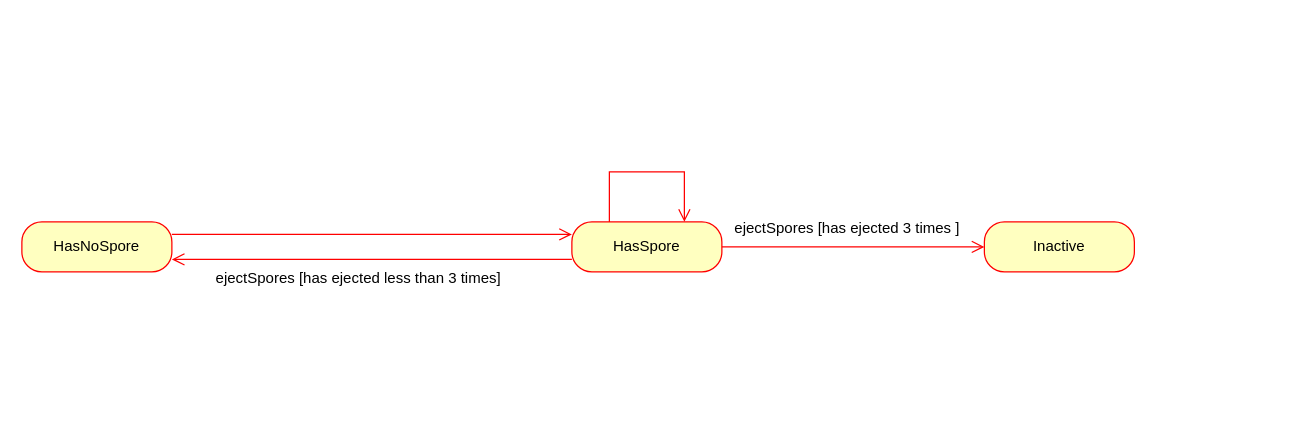
Earlier version of the draw.io diagram page "MushroomBody" (2 of 2) of StateChartok.drawio (koharzsombor/bandITs). Source tidied: cells renumbered, new cells numbered last; positions are measured from the earlier drawing's top-left corner, leaving out a move shared by most shapes. Both pictures are drawn from the tidied source at 125%, with x=0, y=0 at pixel (21, 171).
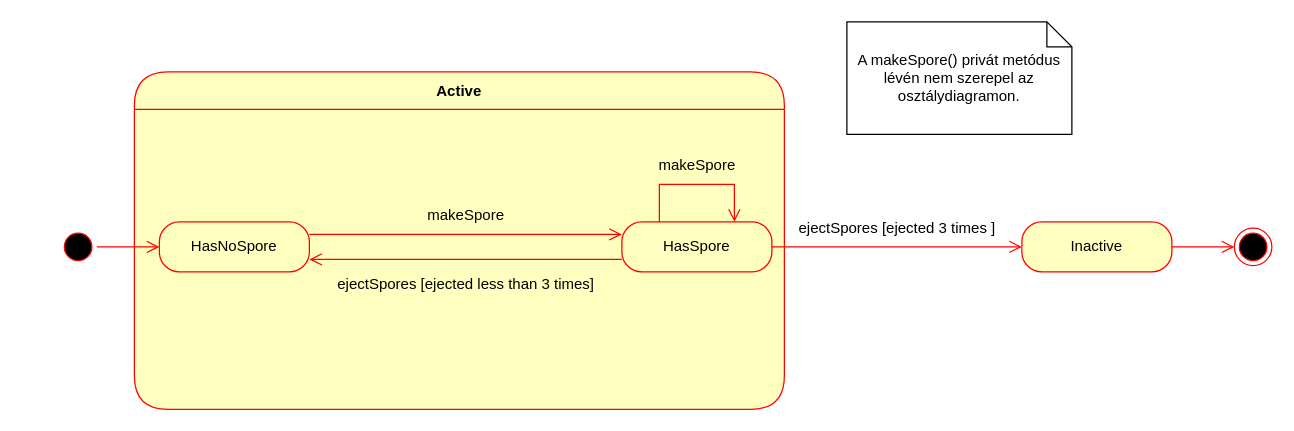
Above is the later version.

Diff of the diagram source:
```diff
@@
+    <mxCell id="7" value="Inactive" style="rounded=1;whiteSpace=wrap;html=1;arcSize=40;fontColor=#000000;fillColor=#ffffc0;strokeColor=#ff0000;" parent="1" vertex="1">
+      <mxGeometry x="800" y="40" width="120" height="40" as="geometry" />
+    </mxCell>
+    <mxCell id="11" value="A makeSpore() privát metódus lévén nem szerepel az osztálydiagramon." style="shape=note;size=20;whiteSpace=wrap;html=1;" parent="1" vertex="1">
+      <mxGeometry x="660" y="-120" width="180" height="90" as="geometry" />
+    </mxCell>
+    <mxCell id="12" style="ellipse;html=1;shape=startState;fillColor=#000000;strokeColor=#ff0000;" parent="1" vertex="1">
+      <mxGeometry x="30" y="45" width="30" height="30" as="geometry" />
+    </mxCell>
+    <mxCell id="13" style="ellipse;html=1;shape=endState;fillColor=#000000;strokeColor=#ff0000;" parent="1" vertex="1">
+      <mxGeometry x="970" y="45" width="30" height="30" as="geometry" />
+    </mxCell>
+    <mxCell id="14" style="edgeStyle=orthogonalEdgeStyle;html=1;verticalAlign=bottom;endArrow=open;endSize=8;strokeColor=#ff0000;rounded=0;exitX=1;exitY=0.5;exitDx=0;exitDy=0;entryX=0;entryY=0.5;entryDx=0;entryDy=0;" parent="1" edge="1" source="7" target="13">
+      <mxGeometry relative="1" as="geometry" />
+    </mxCell>
+    <mxCell id="15" value="Active" style="swimlane;fontStyle=1;align=center;verticalAlign=middle;horizontal=1;startSize=30;fontColor=#000000;rounded=1;arcSize=30;strokeColor=#ff0000;fillColor=#ffffc0;swimlaneFillColor=#ffffc0;" parent="1" vertex="1">
+      <mxGeometry x="90" y="-80" width="520" height="270" as="geometry" />
+    </mxCell>
     <mxCell id="2" value="HasNoSpore" style="rounded=1;whiteSpace=wrap;html=1;arcSize=40;fontColor=#000000;fillColor=#ffffc0;strokeColor=#ff0000;" parent="1" vertex="1">
-      <mxGeometry y="40" width="120" height="40" as="geometry" />
+      <mxGeometry x="110" y="40" width="120" height="40" as="geometry" />
     </mxCell>
+    <mxCell id="16" style="edgeStyle=orthogonalEdgeStyle;html=1;verticalAlign=bottom;endArrow=open;endSize=8;strokeColor=#ff0000;rounded=0;entryX=0;entryY=0.5;entryDx=0;entryDy=0;" parent="1" edge="1" source="12" target="2">
+      <mxGeometry relative="1" as="geometry" />
+    </mxCell>
     <mxCell id="3" value="HasSpore" style="rounded=1;whiteSpace=wrap;html=1;arcSize=40;fontColor=#000000;fillColor=#ffffc0;strokeColor=#ff0000;" parent="1" vertex="1">
-      <mxGeometry x="440" y="40" width="120" height="40" as="geometry" />
+      <mxGeometry x="480" y="40" width="120" height="40" as="geometry" />
     </mxCell>
+    <mxCell id="5" style="edgeStyle=orthogonalEdgeStyle;html=1;verticalAlign=bottom;endArrow=open;endSize=8;strokeColor=#ff0000;rounded=0;entryX=1;entryY=0.75;entryDx=0;entryDy=0;exitX=0;exitY=0.75;exitDx=0;exitDy=0;" parent="1" edge="1" source="3" target="2">
+      <mxGeometry relative="1" as="geometry" />
+    </mxCell>
@@
-    <mxCell id="5" style="edgeStyle=orthogonalEdgeStyle;html=1;verticalAlign=bottom;endArrow=open;endSize=8;strokeColor=#ff0000;rounded=0;entryX=1;entryY=0.75;entryDx=0;entryDy=0;exitX=0;exitY=0.75;exitDx=0;exitDy=0;" parent="1" edge="1" source="3" target="2">
-      <mxGeometry relative="1" as="geometry" />
-    </mxCell>
+    <mxCell id="10" style="edgeStyle=orthogonalEdgeStyle;html=1;verticalAlign=bottom;endArrow=open;endSize=8;strokeColor=#ff0000;rounded=0;exitX=0.25;exitY=0;exitDx=0;exitDy=0;entryX=0.75;entryY=0;entryDx=0;entryDy=0;" parent="1" edge="1" source="3" target="3">
+      <mxGeometry relative="1" as="geometry">
+        <Array as="points">
+          <mxPoint x="510" y="10" />
+          <mxPoint x="570" y="10" />
+        </Array>
+      </mxGeometry>
+    </mxCell>
+    <mxCell id="17" value="makeSpore" style="text;html=1;align=center;verticalAlign=middle;strokeColor=none;fillColor=none;" parent="1" vertex="1">
+      <mxGeometry x="315" y="20" width="80" height="30" as="geometry" />
+    </mxCell>
-    <mxCell id="6" value="ejectSpores [has ejected less than 3 times]" style="text;html=1;align=center;verticalAlign=middle;strokeColor=none;fillColor=none;" parent="1" vertex="1">
-      <mxGeometry x="144" y="70" width="250" height="30" as="geometry" />
+    <mxCell id="6" value="ejectSpores [ejected less than 3 times]" style="text;html=1;align=center;verticalAlign=middle;strokeColor=none;fillColor=none;" parent="1" vertex="1">
+      <mxGeometry x="240" y="75" width="230" height="30" as="geometry" />
     </mxCell>
-    <mxCell id="7" value="Inactive" style="rounded=1;whiteSpace=wrap;html=1;arcSize=40;fontColor=#000000;fillColor=#ffffc0;strokeColor=#ff0000;" parent="1" vertex="1">
-      <mxGeometry x="770" y="40" width="120" height="40" as="geometry" />
-    </mxCell>
+    <mxCell id="9" value="ejectSpores [ejected 3 times ]" style="text;html=1;align=center;verticalAlign=middle;strokeColor=none;fillColor=none;" parent="1" vertex="1">
+      <mxGeometry x="610" y="30" width="180" height="30" as="geometry" />
+    </mxCell>
@@
-    <mxCell id="9" value="ejectSpores [has ejected 3 times ]" style="text;html=1;align=center;verticalAlign=middle;strokeColor=none;fillColor=none;" parent="1" vertex="1">
-      <mxGeometry x="560" y="30" width="200" height="30" as="geometry" />
-    </mxCell>
-    <mxCell id="10" style="edgeStyle=orthogonalEdgeStyle;html=1;verticalAlign=bottom;endArrow=open;endSize=8;strokeColor=#ff0000;rounded=0;exitX=0.25;exitY=0;exitDx=0;exitDy=0;entryX=0.75;entryY=0;entryDx=0;entryDy=0;" parent="1" edge="1" source="3" target="3">
-      <mxGeometry relative="1" as="geometry">
-        <Array as="points">
-          <mxPoint x="470" />
-          <mxPoint x="530" />
-        </Array>
-      </mxGeometry>
-    </mxCell>
+    <mxCell id="18" value="makeSpore" style="text;html=1;align=center;verticalAlign=middle;strokeColor=none;fillColor=none;" parent="1" vertex="1">
+      <mxGeometry x="500" y="-20" width="80" height="30" as="geometry" />
+    </mxCell>
```
